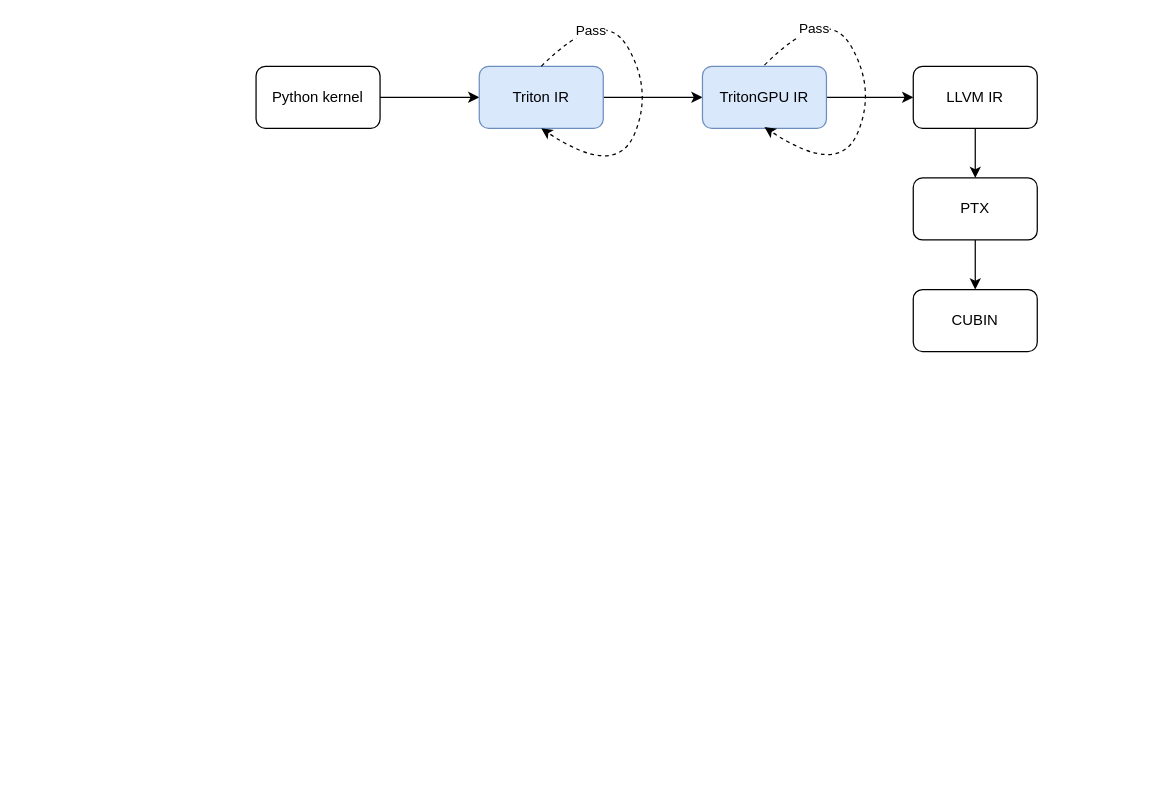
This is triton-publish.drawio from Superjomn/_tmp_images, a draw.io file, before an edit. Source tidied: cells renumbered, new cells numbered last; positions are measured from the earlier drawing's top-left corner, leaving out a move shared by most shapes. Both pictures are drawn from the tidied source at 124%, with x=0, y=0 at pixel (255, 2).
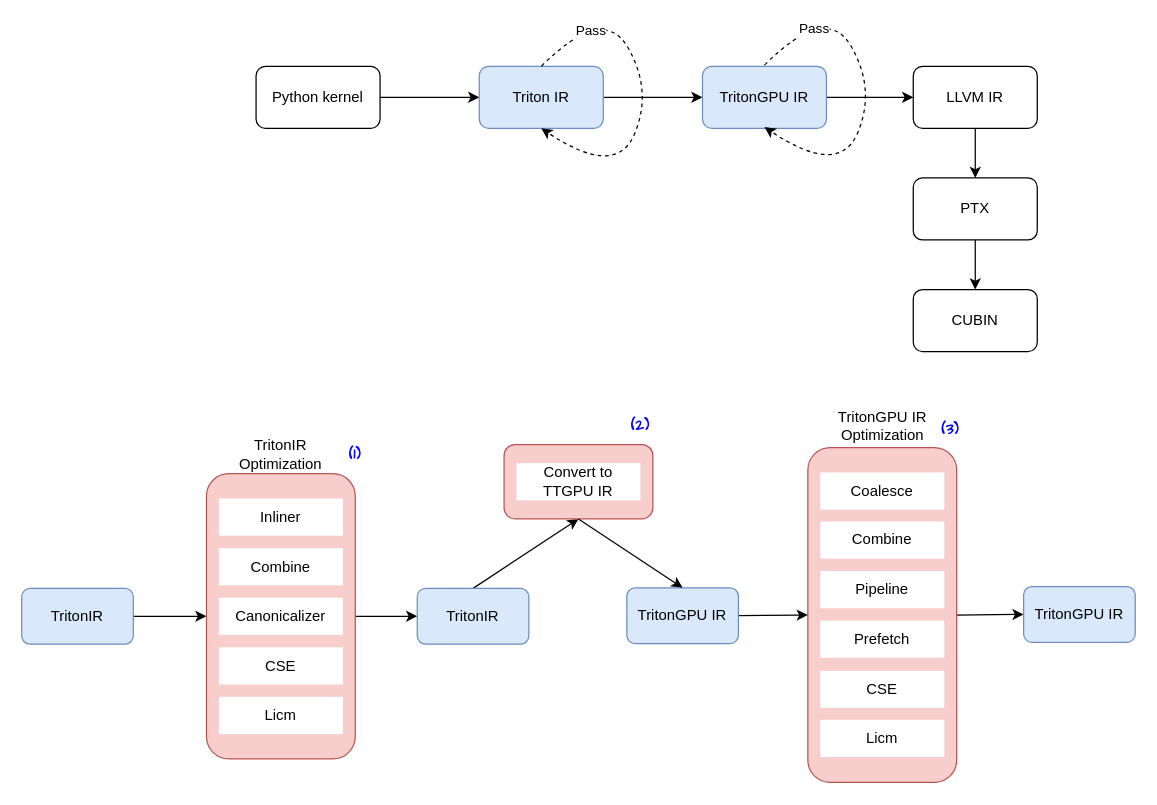
The same page after the edit.

Diff of the diagram source:
```diff
@@
+    <mxCell id="17" style="edgeStyle=none;rounded=0;jettySize=auto;html=1;exitX=1;exitY=0.5;exitDx=0;exitDy=0;entryX=0;entryY=0.5;entryDx=0;entryDy=0;" parent="1" edge="1" source="18" target="20">
+      <mxGeometry relative="1" as="geometry" />
+    </mxCell>
+    <mxCell id="18" value="TritonIR" style="rounded=1;whiteSpace=wrap;html=1;fillColor=#dae8fc;strokeColor=#6c8ebf;" parent="1" vertex="1">
+      <mxGeometry x="-189" y="472" width="90" height="45" as="geometry" />
+    </mxCell>
+    <mxCell id="19" style="edgeStyle=none;rounded=0;jettySize=auto;html=1;exitX=1;exitY=0.5;exitDx=0;exitDy=0;entryX=0;entryY=0.5;entryDx=0;entryDy=0;" parent="1" edge="1" source="20" target="27">
+      <mxGeometry relative="1" as="geometry" />
+    </mxCell>
+    <mxCell id="20" style="rounded=1;whiteSpace=wrap;html=1;fillColor=#f8cecc;strokeColor=#b85450;" parent="1" vertex="1">
+      <mxGeometry x="-40" y="379.5" width="120" height="230" as="geometry" />
+    </mxCell>
+    <mxCell id="21" value="Inliner" style="rounded=0;whiteSpace=wrap;html=1;strokeColor=none;" parent="1" vertex="1">
+      <mxGeometry x="-30" y="399.5" width="100" height="30" as="geometry" />
+    </mxCell>
+    <mxCell id="22" value="Combine" style="rounded=0;whiteSpace=wrap;html=1;strokeColor=none;" parent="1" vertex="1">
+      <mxGeometry x="-30" y="439.5" width="100" height="30" as="geometry" />
+    </mxCell>
+    <mxCell id="23" value="Canonicalizer" style="rounded=0;whiteSpace=wrap;html=1;strokeColor=none;" parent="1" vertex="1">
+      <mxGeometry x="-30" y="479.5" width="100" height="30" as="geometry" />
+    </mxCell>
+    <mxCell id="24" value="CSE" style="rounded=0;whiteSpace=wrap;html=1;strokeColor=none;" parent="1" vertex="1">
+      <mxGeometry x="-30" y="519.5" width="100" height="30" as="geometry" />
+    </mxCell>
+    <mxCell id="25" value="Licm" style="rounded=0;whiteSpace=wrap;html=1;strokeColor=none;" parent="1" vertex="1">
+      <mxGeometry x="-30" y="559.5" width="100" height="30" as="geometry" />
+    </mxCell>
+    <mxCell id="26" style="rounded=0;jettySize=auto;html=1;exitX=0.5;exitY=0;exitDx=0;exitDy=0;entryX=0.5;entryY=1;entryDx=0;entryDy=0;" parent="1" edge="1" source="27" target="37">
+      <mxGeometry relative="1" as="geometry" />
+    </mxCell>
+    <mxCell id="27" value="TritonIR" style="rounded=1;whiteSpace=wrap;html=1;fillColor=#dae8fc;strokeColor=#6c8ebf;" parent="1" vertex="1">
+      <mxGeometry x="130" y="472" width="90" height="45" as="geometry" />
+    </mxCell>
+    <mxCell id="28" style="edgeStyle=none;rounded=0;jettySize=auto;html=1;exitX=1;exitY=0.5;exitDx=0;exitDy=0;entryX=0;entryY=0.5;entryDx=0;entryDy=0;" parent="1" edge="1" source="29" target="42">
+      <mxGeometry relative="1" as="geometry" />
+    </mxCell>
+    <mxCell id="29" style="rounded=1;whiteSpace=wrap;html=1;fillColor=#f8cecc;strokeColor=#b85450;" parent="1" vertex="1">
+      <mxGeometry x="445" y="358.5" width="120" height="270" as="geometry" />
+    </mxCell>
+    <mxCell id="30" value="Coalesce" style="rounded=0;whiteSpace=wrap;html=1;strokeColor=none;" parent="1" vertex="1">
+      <mxGeometry x="455" y="378.5" width="100" height="30" as="geometry" />
+    </mxCell>
+    <mxCell id="31" value="Combine" style="rounded=0;whiteSpace=wrap;html=1;strokeColor=none;" parent="1" vertex="1">
+      <mxGeometry x="455" y="418" width="100" height="30" as="geometry" />
+    </mxCell>
+    <mxCell id="32" value="Pipeline" style="rounded=0;whiteSpace=wrap;html=1;strokeColor=none;" parent="1" vertex="1">
+      <mxGeometry x="455" y="458" width="100" height="30" as="geometry" />
+    </mxCell>
+    <mxCell id="33" value="Prefetch" style="rounded=0;whiteSpace=wrap;html=1;strokeColor=none;" parent="1" vertex="1">
+      <mxGeometry x="455" y="498" width="100" height="30" as="geometry" />
+    </mxCell>
+    <mxCell id="34" value="CSE" style="rounded=0;whiteSpace=wrap;html=1;strokeColor=none;" parent="1" vertex="1">
+      <mxGeometry x="455" y="538.5" width="100" height="30" as="geometry" />
+    </mxCell>
+    <mxCell id="35" value="Licm" style="rounded=0;whiteSpace=wrap;html=1;strokeColor=none;" parent="1" vertex="1">
+      <mxGeometry x="455" y="578" width="100" height="30" as="geometry" />
+    </mxCell>
+    <mxCell id="36" style="group;" parent="1" vertex="1">
+      <mxGeometry x="200" y="356" width="120" height="60" as="geometry" />
+    </mxCell>
+    <mxCell id="37" style="rounded=1;whiteSpace=wrap;html=1;fillColor=#f8cecc;strokeColor=#b85450;" parent="36" vertex="1">
+      <mxGeometry width="120" height="60" as="geometry" />
+    </mxCell>
+    <mxCell id="38" value="Convert to TTGPU IR" style="rounded=0;whiteSpace=wrap;html=1;strokeColor=none;" parent="36" vertex="1">
+      <mxGeometry x="10" y="15" width="100" height="30" as="geometry" />
+    </mxCell>
+    <mxCell id="39" style="edgeStyle=none;rounded=0;jettySize=auto;html=1;exitX=1;exitY=0.5;exitDx=0;exitDy=0;entryX=0;entryY=0.5;entryDx=0;entryDy=0;" parent="1" edge="1" source="40" target="29">
+      <mxGeometry relative="1" as="geometry" />
+    </mxCell>
+    <mxCell id="40" value="TritonGPU IR" style="rounded=1;whiteSpace=wrap;html=1;fillColor=#dae8fc;strokeColor=#6c8ebf;" parent="1" vertex="1">
+      <mxGeometry x="299" y="471.5" width="90" height="45" as="geometry" />
+    </mxCell>
+    <mxCell id="41" style="edgeStyle=none;rounded=0;jettySize=auto;html=1;exitX=0.5;exitY=1;exitDx=0;exitDy=0;entryX=0.5;entryY=0;entryDx=0;entryDy=0;" parent="1" edge="1" source="37" target="40">
+      <mxGeometry relative="1" as="geometry" />
+    </mxCell>
+    <mxCell id="42" value="TritonGPU IR" style="rounded=1;whiteSpace=wrap;html=1;fillColor=#dae8fc;strokeColor=#6c8ebf;" parent="1" vertex="1">
+      <mxGeometry x="619" y="470.5" width="90" height="45" as="geometry" />
+    </mxCell>
+    <mxCell id="43" value="TritonIR Optimization" style="text;html=1;strokeColor=none;fillColor=none;align=center;verticalAlign=middle;whiteSpace=wrap;rounded=0;" parent="1" vertex="1">
+      <mxGeometry x="-10" y="348.5" width="60" height="30" as="geometry" />
+    </mxCell>
+    <mxCell id="44" value="TritonGPU IR Optimization" style="text;html=1;strokeColor=none;fillColor=none;align=center;verticalAlign=middle;whiteSpace=wrap;rounded=0;" parent="1" vertex="1">
+      <mxGeometry x="467.5" y="326" width="75" height="30" as="geometry" />
+    </mxCell>
+    <mxCell id="45" value="&lt;b&gt;&lt;font color=&quot;#0000ff&quot; face=&quot;Comic Sans MS&quot;&gt;(1)&lt;/font&gt;&lt;/b&gt;" style="text;html=1;strokeColor=none;fillColor=none;align=center;verticalAlign=middle;whiteSpace=wrap;rounded=0;" parent="1" vertex="1">
+      <mxGeometry x="50" y="348.5" width="60" height="30" as="geometry" />
+    </mxCell>
+    <mxCell id="46" value="&lt;b&gt;&lt;font color=&quot;#0000ff&quot; face=&quot;Comic Sans MS&quot;&gt;(2)&lt;/font&gt;&lt;/b&gt;" style="text;html=1;strokeColor=none;fillColor=none;align=center;verticalAlign=middle;whiteSpace=wrap;rounded=0;" parent="1" vertex="1">
+      <mxGeometry x="280" y="326" width="60" height="30" as="geometry" />
+    </mxCell>
+    <mxCell id="47" value="&lt;b&gt;&lt;font color=&quot;#0000ff&quot; face=&quot;Comic Sans MS&quot;&gt;(3)&lt;/font&gt;&lt;/b&gt;" style="text;html=1;strokeColor=none;fillColor=none;align=center;verticalAlign=middle;whiteSpace=wrap;rounded=0;" parent="1" vertex="1">
+      <mxGeometry x="530" y="328.5" width="60" height="30" as="geometry" />
+    </mxCell>
```
